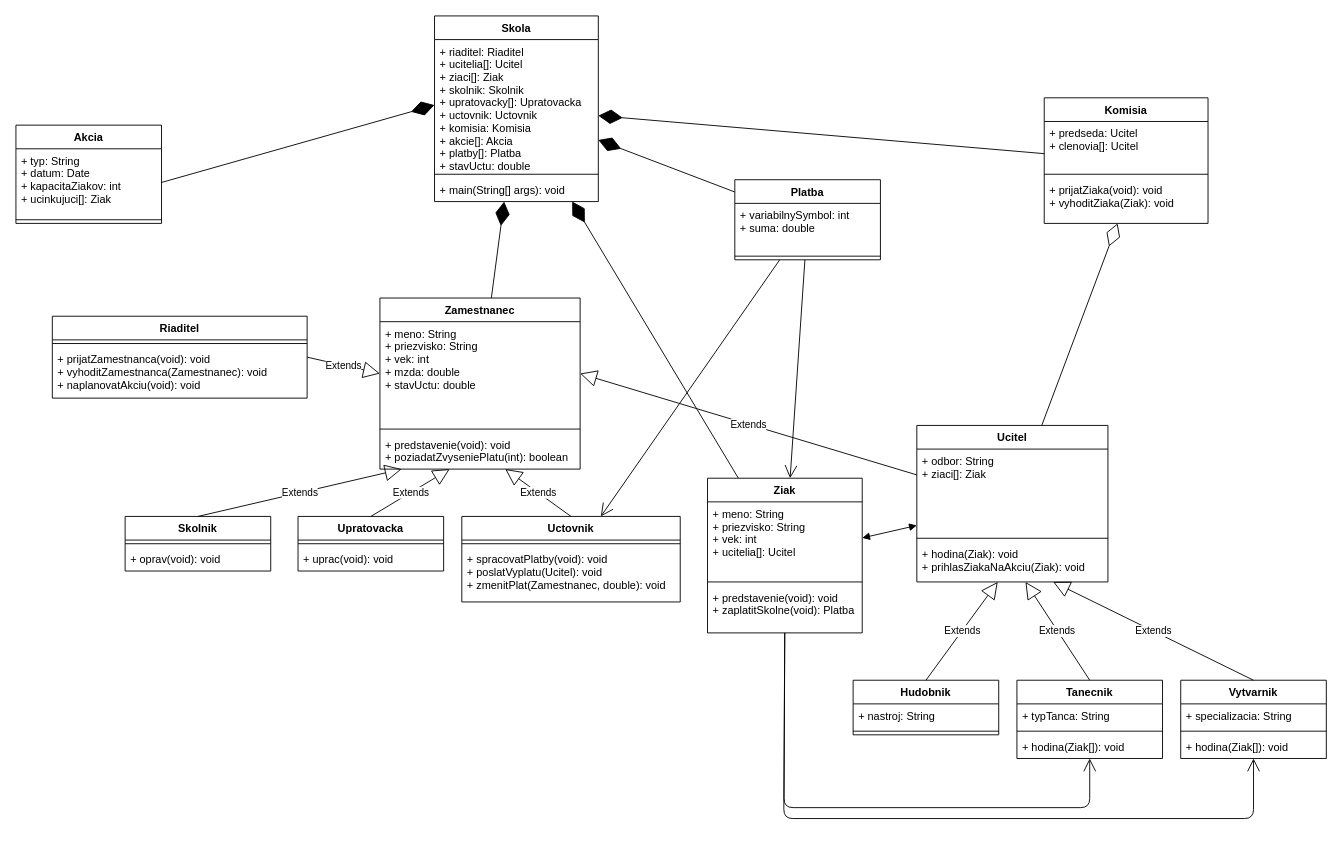
Earlier version of the draw.io diagram Untitled Diagram.drawio (okmada123/draw.io). Source tidied: cells renumbered, new cells numbered last; positions are measured from the earlier drawing's top-left corner, leaving out a move shared by most shapes. Both pictures are drawn from the tidied source at 91%, with x=0, y=0 at pixel (15, 15).
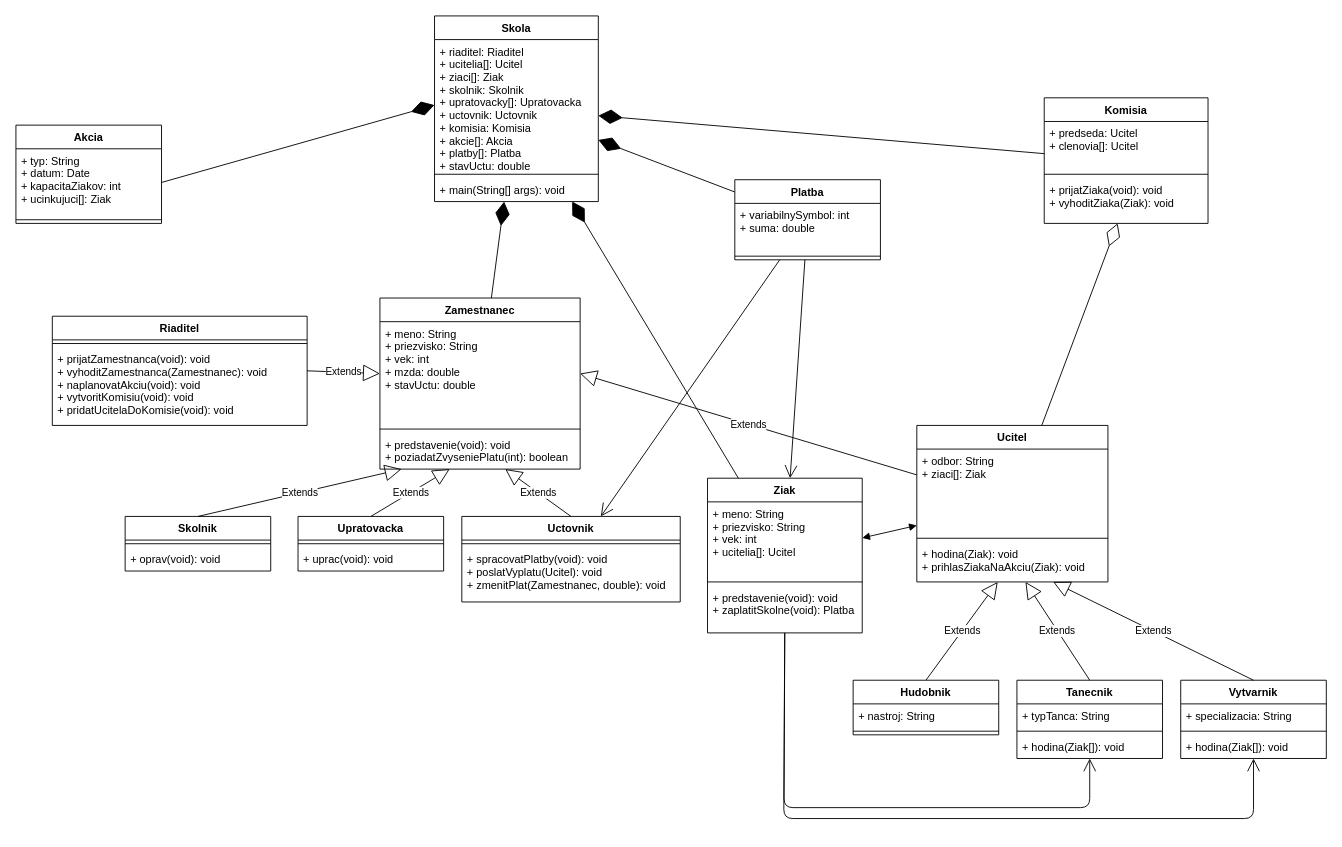
The same diagram, later.

The edit, as a diff of the source:
```diff
@@
     <mxCell id="6" value="Riaditel" style="swimlane;fontStyle=1;align=center;verticalAlign=top;horizontal=1;startSize=26;" parent="1" vertex="1">
-      <mxGeometry x="40" y="330" width="280" height="90" as="geometry" />
+      <mxGeometry x="40" y="330" width="280" height="120" as="geometry" />
     </mxCell>
@@
-    <mxCell id="8" value="+ prijatZamestnanca(void): void&#10;+ vyhoditZamestnanca(Zamestnanec): void&#10;+ naplanovatAkciu(void): void" style="text;strokeColor=none;fillColor=none;align=left;verticalAlign=top;spacingLeft=4;spacingRight=4;overflow=hidden;" parent="6" vertex="1">
-      <mxGeometry y="34" width="280" height="56" as="geometry" />
+    <mxCell id="8" value="+ prijatZamestnanca(void): void&#10;+ vyhoditZamestnanca(Zamestnanec): void&#10;+ naplanovatAkciu(void): void&#10;+ vytvoritKomisiu(void): void&#10;+ pridatUcitelaDoKomisie(void): void" style="text;strokeColor=none;fillColor=none;align=left;verticalAlign=top;spacingLeft=4;spacingRight=4;overflow=hidden;" parent="6" vertex="1">
+      <mxGeometry y="34" width="280" height="86" as="geometry" />
     </mxCell>
```
